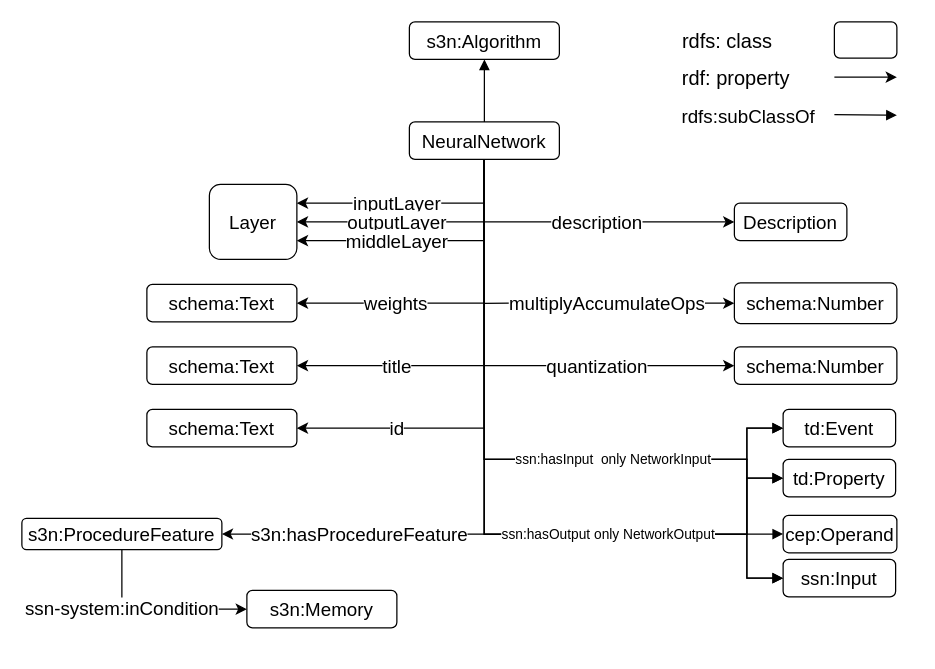
Earlier version of the draw.io diagram Untitled Diagram 1.drawio (Haoyu-R/appendix). Source tidied: cells renumbered, new cells numbered last; positions are measured from the earlier drawing's top-left corner, leaving out a move shared by most shapes. Both pictures are drawn from the tidied source at 125%, with x=0, y=0 at pixel (21, 21).
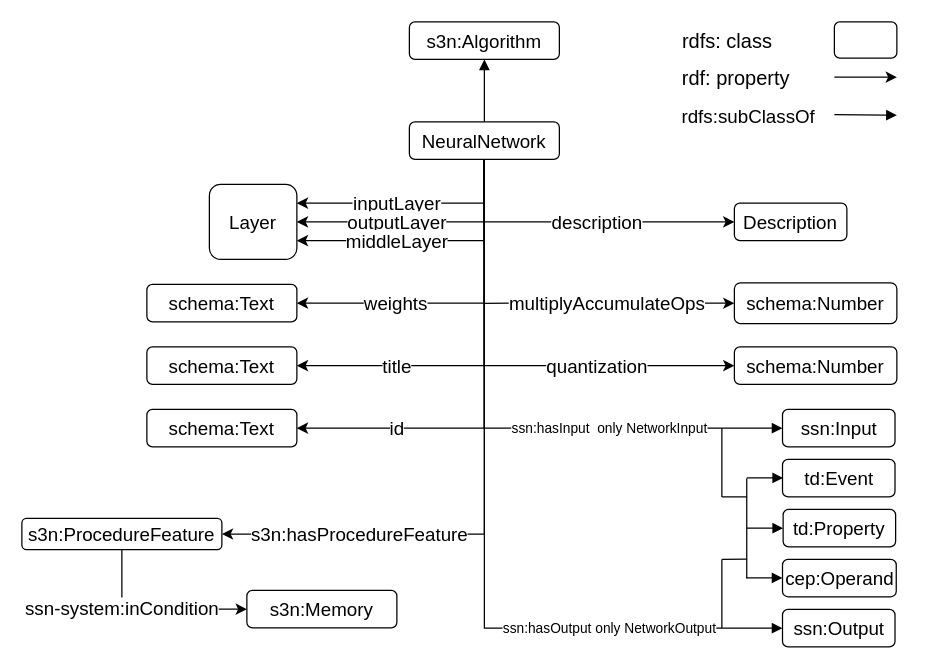
The same diagram, later.

Unchanged cells that the change refers to:
```xml
<mxCell id="21" value="NeuralNetwork" style="rounded=1;whiteSpace=wrap;html=1;fontSize=15;" parent="1" vertex="1">
  <mxGeometry x="310" y="80" width="120" height="30" as="geometry" />
</mxCell>
```

Change to the diagram source:
```diff
@@
-    <mxCell id="14" style="edgeStyle=orthogonalEdgeStyle;rounded=0;jettySize=auto;html=1;exitX=0.5;exitY=1;exitDx=0;exitDy=0;endArrow=block;endFill=1;entryX=0;entryY=0.5;entryDx=0;entryDy=0;" parent="1" edge="1" source="21" target="43">
-      <mxGeometry relative="1" as="geometry">
-        <Array as="points">
-          <mxPoint x="370" y="350" />
-          <mxPoint x="580" y="350" />
-          <mxPoint x="580" y="365" />
-        </Array>
-      </mxGeometry>
-    </mxCell>
-    <mxCell id="15" style="edgeStyle=orthogonalEdgeStyle;rounded=0;jettySize=auto;html=1;exitX=0.5;exitY=1;exitDx=0;exitDy=0;endArrow=block;endFill=1;entryX=0;entryY=0.5;entryDx=0;entryDy=0;" parent="1" edge="1" source="21" target="44">
-      <mxGeometry relative="1" as="geometry">
-        <Array as="points">
-          <mxPoint x="370" y="350" />
-          <mxPoint x="580" y="350" />
-          <mxPoint x="580" y="445" />
-        </Array>
-      </mxGeometry>
-    </mxCell>
-    <mxCell id="16" value="ssn:hasInput&amp;nbsp; only NetworkInput" style="edgeStyle=orthogonalEdgeStyle;rounded=0;jettySize=auto;html=1;exitX=0.5;exitY=1;exitDx=0;exitDy=0;endArrow=block;endFill=1;entryX=0;entryY=0.5;entryDx=0;entryDy=0;" parent="1" edge="1" source="21" target="41">
-      <mxGeometry x="0.36" relative="1" as="geometry">
-        <Array as="points">
-          <mxPoint x="370" y="350" />
-          <mxPoint x="580" y="350" />
-          <mxPoint x="580" y="325" />
-        </Array>
-      </mxGeometry>
+    <mxCell id="16" value="ssn:hasInput&amp;nbsp; only NetworkInput" style="edgeStyle=orthogonalEdgeStyle;rounded=0;jettySize=auto;html=1;exitX=0.5;exitY=1;exitDx=0;exitDy=0;entryX=0;entryY=0.5;entryDx=0;entryDy=0;endArrow=block;endFill=1;" parent="1" edge="1" source="21" target="44">
+      <mxGeometry x="0.39" relative="1" as="geometry" />
     </mxCell>
-    <mxCell id="17" style="edgeStyle=orthogonalEdgeStyle;rounded=0;jettySize=auto;html=1;exitX=0.5;exitY=1;exitDx=0;exitDy=0;endArrow=block;endFill=1;entryX=0;entryY=0.5;entryDx=0;entryDy=0;" parent="1" edge="1" source="21" target="41">
-      <mxGeometry relative="1" as="geometry">
-        <Array as="points">
-          <mxPoint x="370" y="410" />
-          <mxPoint x="580" y="410" />
-          <mxPoint x="580" y="325" />
-        </Array>
-      </mxGeometry>
-    </mxCell>
-    <mxCell id="18" style="edgeStyle=orthogonalEdgeStyle;rounded=0;jettySize=auto;html=1;exitX=0.5;exitY=1;exitDx=0;exitDy=0;endArrow=block;endFill=1;entryX=0;entryY=0.5;entryDx=0;entryDy=0;" parent="1" edge="1" source="21" target="43">
-      <mxGeometry relative="1" as="geometry">
-        <Array as="points">
-          <mxPoint x="370" y="410" />
-          <mxPoint x="580" y="410" />
-          <mxPoint x="580" y="365" />
-        </Array>
-      </mxGeometry>
-    </mxCell>
-    <mxCell id="19" style="edgeStyle=orthogonalEdgeStyle;rounded=0;jettySize=auto;html=1;exitX=0.5;exitY=1;exitDx=0;exitDy=0;endArrow=block;endFill=1;entryX=0;entryY=0.5;entryDx=0;entryDy=0;" parent="1" edge="1" source="21" target="40">
-      <mxGeometry relative="1" as="geometry">
-        <Array as="points">
-          <mxPoint x="370" y="410" />
-        </Array>
-      </mxGeometry>
-    </mxCell>
-    <mxCell id="20" value="ssn:hasOutput only NetworkOutput" style="edgeStyle=orthogonalEdgeStyle;rounded=0;jettySize=auto;html=1;exitX=0.5;exitY=1;exitDx=0;exitDy=0;endArrow=block;endFill=1;entryX=0;entryY=0.5;entryDx=0;entryDy=0;" parent="1" edge="1" source="21" target="44">
-      <mxGeometry x="0.39" relative="1" as="geometry">
-        <Array as="points">
-          <mxPoint x="370" y="410" />
-          <mxPoint x="580" y="410" />
-          <mxPoint x="580" y="445" />
-        </Array>
-      </mxGeometry>
+    <mxCell id="20" value="ssn:hasOutput only NetworkOutput" style="edgeStyle=orthogonalEdgeStyle;rounded=0;jettySize=auto;html=1;exitX=0.5;exitY=1;exitDx=0;exitDy=0;entryX=0;entryY=0.5;entryDx=0;entryDy=0;endArrow=block;endFill=1;" parent="1" edge="1" source="21" target="45">
+      <mxGeometry x="0.55" relative="1" as="geometry" />
     </mxCell>
@@
     <mxCell id="40" value="cep:Operand" style="rounded=1;whiteSpace=wrap;html=1;fontSize=15;" parent="1" vertex="1">
-      <mxGeometry x="609" y="394.8" width="91" height="29.9" as="geometry" />
+      <mxGeometry x="608.5" y="430" width="91" height="29.9" as="geometry" />
     </mxCell>
     <mxCell id="41" value="td:Event" style="rounded=1;whiteSpace=wrap;html=1;fontSize=15;" parent="1" vertex="1">
-      <mxGeometry x="609" y="310" width="90" height="30" as="geometry" />
+      <mxGeometry x="608.5" y="350" width="90" height="30" as="geometry" />
     </mxCell>
@@
     <mxCell id="43" value="td:Property" style="rounded=1;whiteSpace=wrap;html=1;fontSize=15;" parent="1" vertex="1">
-      <mxGeometry x="609" y="350" width="90" height="30" as="geometry" />
+      <mxGeometry x="609" y="390" width="90" height="30" as="geometry" />
     </mxCell>
     <mxCell id="44" value="ssn:Input" style="rounded=1;whiteSpace=wrap;html=1;fontSize=15;" parent="1" vertex="1">
-      <mxGeometry x="609" y="430" width="90" height="30" as="geometry" />
+      <mxGeometry x="608.5" y="310" width="90" height="30" as="geometry" />
     </mxCell>
+    <mxCell id="45" value="ssn:Output" style="rounded=1;whiteSpace=wrap;html=1;fontSize=15;" parent="1" vertex="1">
+      <mxGeometry x="608.5" y="470" width="90" height="30" as="geometry" />
+    </mxCell>
+    <mxCell id="46" style="endArrow=block;html=1;entryX=0;entryY=0.5;entryDx=0;entryDy=0;endFill=1;" parent="1" edge="1" target="43">
+      <mxGeometry relative="1" as="geometry">
+        <mxPoint x="580" y="405" as="sourcePoint" />
+      </mxGeometry>
+    </mxCell>
+    <mxCell id="47" style="endArrow=block;html=1;entryX=0;entryY=0.5;entryDx=0;entryDy=0;endFill=1;" parent="1" edge="1">
+      <mxGeometry relative="1" as="geometry">
+        <mxPoint x="580" y="364.8" as="sourcePoint" />
+        <mxPoint x="609" y="364.8" as="targetPoint" />
+      </mxGeometry>
+    </mxCell>
+    <mxCell id="48" style="endArrow=block;html=1;entryX=0;entryY=0.5;entryDx=0;entryDy=0;endFill=1;" parent="1" edge="1">
+      <mxGeometry relative="1" as="geometry">
+        <mxPoint x="579.5" y="444.8" as="sourcePoint" />
+        <mxPoint x="608.5" y="444.8" as="targetPoint" />
+      </mxGeometry>
+    </mxCell>
+    <mxCell id="49" style="endArrow=none;html=1;" parent="1" edge="1">
+      <mxGeometry relative="1" as="geometry">
+        <mxPoint x="579.9" y="445" as="sourcePoint" />
+        <mxPoint x="579.9" y="365" as="targetPoint" />
+      </mxGeometry>
+    </mxCell>
+    <mxCell id="50" style="endArrow=none;html=1;" parent="1" edge="1">
+      <mxGeometry relative="1" as="geometry">
+        <mxPoint x="560" y="380" as="sourcePoint" />
+        <mxPoint x="580" y="380" as="targetPoint" />
+      </mxGeometry>
+    </mxCell>
+    <mxCell id="51" style="endArrow=none;html=1;" parent="1" edge="1">
+      <mxGeometry relative="1" as="geometry">
+        <mxPoint x="560" y="380" as="sourcePoint" />
+        <mxPoint x="560" y="325" as="targetPoint" />
+      </mxGeometry>
+    </mxCell>
+    <mxCell id="52" style="endArrow=none;html=1;" parent="1" edge="1">
+      <mxGeometry relative="1" as="geometry">
+        <mxPoint x="560" y="430" as="sourcePoint" />
+        <mxPoint x="580" y="429.8" as="targetPoint" />
+      </mxGeometry>
+    </mxCell>
+    <mxCell id="53" style="endArrow=none;html=1;" parent="1" edge="1">
+      <mxGeometry relative="1" as="geometry">
+        <mxPoint x="560" y="484.8" as="sourcePoint" />
+        <mxPoint x="560" y="430" as="targetPoint" />
+      </mxGeometry>
+    </mxCell>
```
